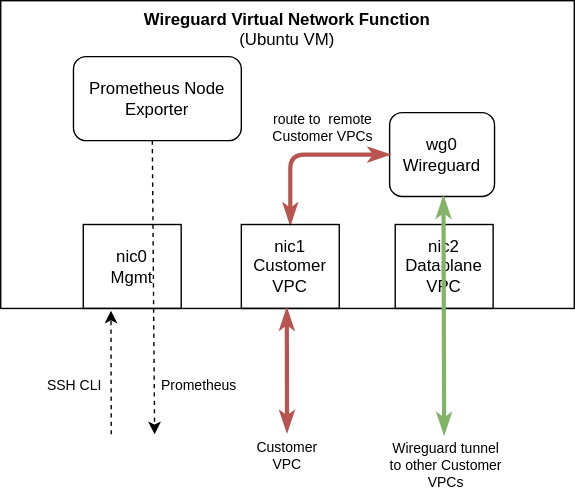
Above: drawings/vnf.drawio.svg in LeegenSteven/NetworkAgent-dev (draw.io), before the change. Source tidied: cells renumbered, new cells last; positions are measured from the earlier drawing's top-left corner, leaving out a move shared by most shapes. The source it was exported from:
```xml
<mxGraphModel>
  <root>
    <mxCell id="0" />
    <mxCell id="1" parent="0" />
    <mxCell id="2" value="&lt;b&gt;Wireguard Virtual Network Function&lt;br&gt;&lt;/b&gt;(Ubuntu VM)" style="rounded=0;whiteSpace=wrap;html=1;verticalAlign=top;fillColor=none;" parent="1" vertex="1">
      <mxGeometry width="410" height="220" as="geometry" />
    </mxCell>
    <mxCell id="3" value="wg0&lt;br&gt;Wireguard" style="rounded=1;whiteSpace=wrap;html=1;fillColor=none;" parent="1" vertex="1">
      <mxGeometry x="278" y="80" width="75" height="60" as="geometry" />
    </mxCell>
    <mxCell id="4" style="edgeStyle=none;html=1;dashed=1;" parent="1" edge="1">
      <mxGeometry relative="1" as="geometry">
        <mxPoint x="108.4" y="100" as="sourcePoint" />
        <mxPoint x="110" y="310" as="targetPoint" />
      </mxGeometry>
    </mxCell>
    <mxCell id="5" value="Prometheus Node Exporter" style="rounded=1;whiteSpace=wrap;html=1;fillColor=none;" parent="1" vertex="1">
      <mxGeometry x="52" y="40" width="120" height="60" as="geometry" />
    </mxCell>
    <mxCell id="6" value="nic0&lt;br&gt;Mgmt" style="rounded=0;whiteSpace=wrap;html=1;fillColor=none;" parent="1" vertex="1">
      <mxGeometry x="59" y="160" width="70" height="60" as="geometry" />
    </mxCell>
    <mxCell id="7" style="edgeStyle=orthogonalEdgeStyle;html=1;entryX=0;entryY=0.5;entryDx=0;entryDy=0;startArrow=classicThin;startFill=1;exitX=0.5;exitY=0;exitDx=0;exitDy=0;fillColor=#f8cecc;strokeColor=#b85450;strokeWidth=3;endArrow=classicThin;endFill=1;" parent="1" edge="1" source="8" target="3">
      <mxGeometry relative="1" as="geometry" />
    </mxCell>
    <mxCell id="8" value="nic1&lt;br&gt;Customer VPC" style="rounded=0;whiteSpace=wrap;html=1;fillColor=none;" parent="1" vertex="1">
      <mxGeometry x="172" y="160" width="70" height="60" as="geometry" />
    </mxCell>
    <mxCell id="9" value="nic2&lt;br&gt;Dataplane VPC" style="rounded=0;whiteSpace=wrap;html=1;fillColor=none;" parent="1" vertex="1">
      <mxGeometry x="282" y="160" width="70" height="60" as="geometry" />
    </mxCell>
    <mxCell id="10" style="endArrow=classic;html=1;dashed=1;entryX=0.126;entryY=1.026;entryDx=0;entryDy=0;entryPerimeter=0;" parent="1" edge="1">
      <mxGeometry relative="1" as="geometry">
        <mxPoint x="79" y="310" as="sourcePoint" />
        <mxPoint x="78.8" y="221.6" as="targetPoint" />
      </mxGeometry>
    </mxCell>
    <mxCell id="11" style="endArrow=classicThin;html=1;entryX=0.126;entryY=1.026;entryDx=0;entryDy=0;entryPerimeter=0;startArrow=classicThin;startFill=1;fillColor=#f8cecc;strokeColor=#b85450;strokeWidth=3;endFill=1;" parent="1" edge="1">
      <mxGeometry relative="1" as="geometry">
        <mxPoint x="204.7" y="308.4" as="sourcePoint" />
        <mxPoint x="204.5" y="220" as="targetPoint" />
      </mxGeometry>
    </mxCell>
    <mxCell id="12" style="endArrow=classicThin;html=1;entryX=0.126;entryY=1.026;entryDx=0;entryDy=0;entryPerimeter=0;startArrow=classicThin;startFill=1;fillColor=#d5e8d4;strokeColor=#82b366;strokeWidth=3;endFill=1;" parent="1" edge="1">
      <mxGeometry relative="1" as="geometry">
        <mxPoint x="317" y="310" as="sourcePoint" />
        <mxPoint x="316.5" y="140" as="targetPoint" />
      </mxGeometry>
    </mxCell>
    <mxCell id="13" value="SSH CLI" style="text;html=1;strokeColor=none;fillColor=none;align=center;verticalAlign=middle;whiteSpace=wrap;rounded=0;fontSize=10;" parent="1" vertex="1">
      <mxGeometry x="23" y="260" width="60" height="30" as="geometry" />
    </mxCell>
    <mxCell id="14" value="Prometheus" style="text;html=1;strokeColor=none;fillColor=none;align=center;verticalAlign=middle;whiteSpace=wrap;rounded=0;fontSize=10;" parent="1" vertex="1">
      <mxGeometry x="112" y="260" width="60" height="30" as="geometry" />
    </mxCell>
    <mxCell id="15" value="Customer VPC" style="text;html=1;strokeColor=none;fillColor=none;align=center;verticalAlign=middle;whiteSpace=wrap;rounded=0;fontSize=10;" parent="1" vertex="1">
      <mxGeometry x="175" y="310" width="60" height="30" as="geometry" />
    </mxCell>
    <mxCell id="16" value="Wireguard tunnel to other Customer VPCs" style="text;html=1;strokeColor=none;fillColor=none;align=center;verticalAlign=middle;whiteSpace=wrap;rounded=0;fontSize=10;" parent="1" vertex="1">
      <mxGeometry x="277" y="317" width="83" height="30" as="geometry" />
    </mxCell>
    <mxCell id="17" value="route to&amp;nbsp; remote Customer VPCs" style="text;html=1;strokeColor=none;fillColor=none;align=center;verticalAlign=middle;whiteSpace=wrap;rounded=0;fontSize=10;" parent="1" vertex="1">
      <mxGeometry x="188" y="76" width="85" height="30" as="geometry" />
    </mxCell>
  </root>
</mxGraphModel>
```
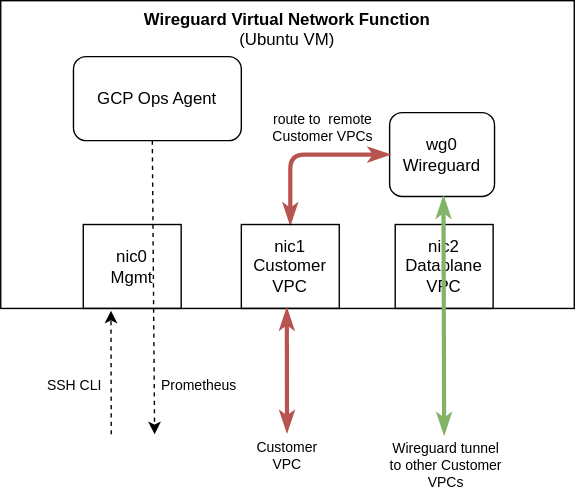
After the commit.

The edit, as a diff of the source:
```diff
@@ -14,7 +14,7 @@
         <mxPoint x="110" y="310" as="targetPoint" />
       </mxGeometry>
     </mxCell>
-    <mxCell id="5" value="Prometheus Node Exporter" style="rounded=1;whiteSpace=wrap;html=1;fillColor=none;" parent="1" vertex="1">
+    <mxCell id="5" value="GCP Ops Agent" style="rounded=1;whiteSpace=wrap;html=1;fillColor=none;" parent="1" vertex="1">
       <mxGeometry x="52" y="40" width="120" height="60" as="geometry" />
     </mxCell>
     <mxCell id="6" value="nic0&lt;br&gt;Mgmt" style="rounded=0;whiteSpace=wrap;html=1;fillColor=none;" parent="1" vertex="1">
```
